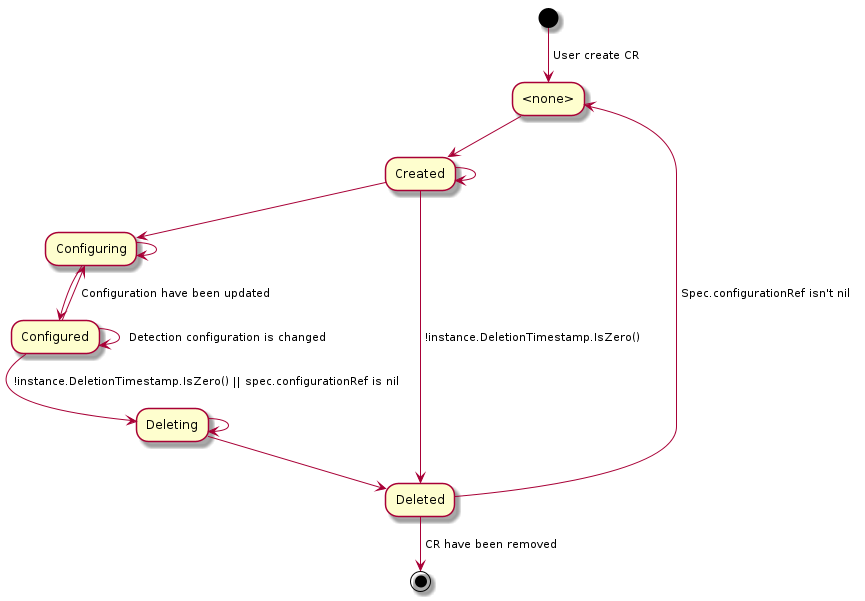
Hellcatlk/network-operator keeps this PlantUML diagram as docs/state.png. Above is the earlier version.
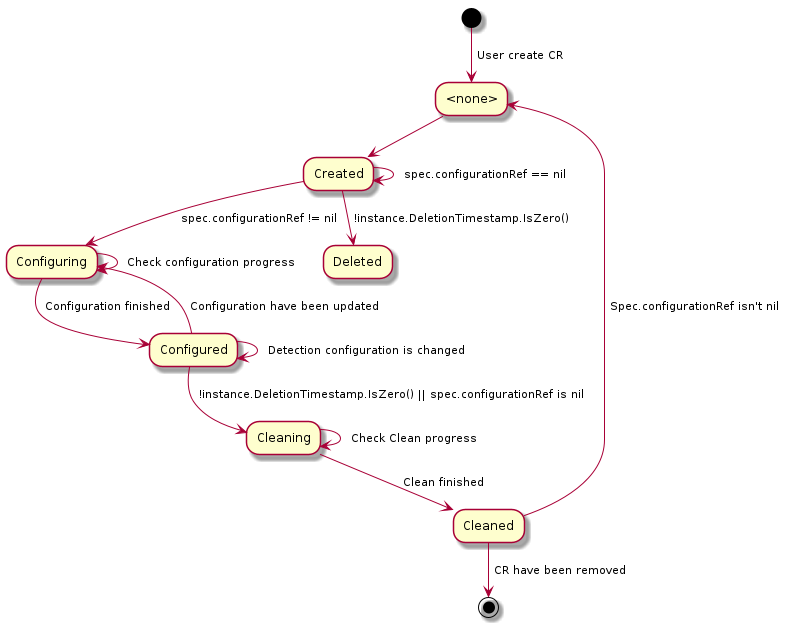
After the commit.

Diff of the diagram source:
```diff
@@ -4,21 +4,21 @@
 
 "<none>" --> "Created"
 
-"Created" --> "Configuring"
+"Created" --> [ spec.configurationRef != nil ] "Configuring"
 "Created" --> [ !instance.DeletionTimestamp.IsZero() ] "Deleted"
-"Created" --> "Created"
+"Created" --> [ spec.configurationRef == nil ] "Created"
 
-"Configuring" --> "Configuring"
-"Configuring" --> "Configured"
+"Configuring" --> [ Check configuration progress ] "Configuring"
+"Configuring" --> [ Configuration finished ] "Configured"
 
 "Configured" --> [ Configuration have been updated ] "Configuring"
 "Configured" --> [ Detection configuration is changed ] "Configured"
-"Configured" --> [ !instance.DeletionTimestamp.IsZero() || spec.configurationRef is nil ] "Deleting"
+"Configured" --> [ !instance.DeletionTimestamp.IsZero() || spec.configurationRef is nil ] "Cleaning"
 
-"Deleting" --> "Deleting"
-"Deleting" --> "Deleted"
+"Cleaning" --> [ Check Clean progress ] "Cleaning"
+"Cleaning" --> [ Clean finished ] "Cleaned"
 
-"Deleted" --> [ Spec.configurationRef isn't nil ] "<none>"
-"Deleted" --> [ CR have been removed ] (*)
+"Cleaned" --> [ Spec.configurationRef isn't nil ] "<none>"
+"Cleaned" --> [ CR have been removed ] (*)
 
 @enduml
```
